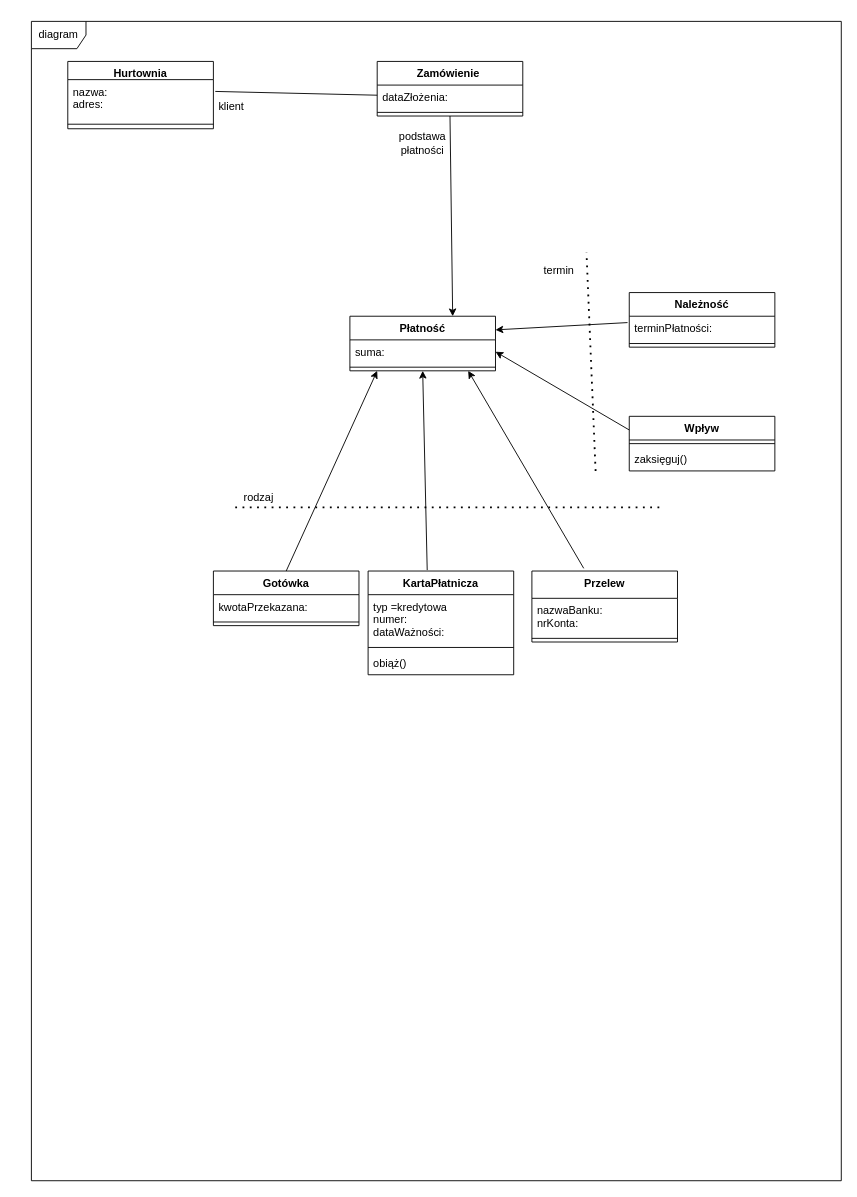
This is Untitled Diagram.drawio from FaBcZeX202/New, a draw.io file, before an edit. Source tidied: cells renumbered, new cells numbered last; positions are measured from the earlier drawing's top-left corner, leaving out a move shared by most shapes. Both pictures are drawn from the tidied source at 91%, with x=0, y=0 at pixel (31, 21).
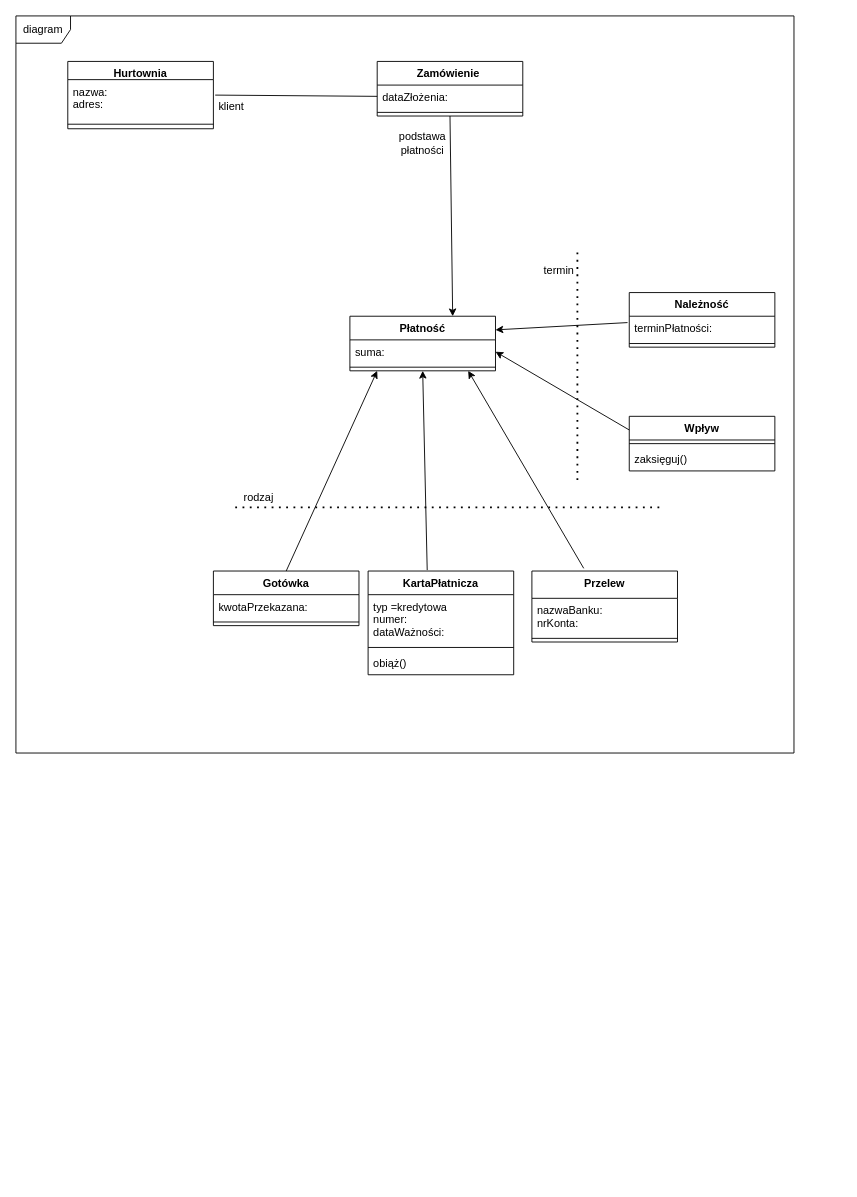
The same page after the edit.

The change refers to these unchanged cells:
```xml
<mxCell id="3" value="nazwa:&#10;adres:&#10;" style="text;strokeColor=none;fillColor=none;align=left;verticalAlign=top;spacingLeft=4;spacingRight=4;overflow=hidden;points=[[0,0.5],[1,0.5]];portConstraint=eastwest;" parent="2" vertex="1">
  <mxGeometry y="20" width="160" height="44" as="geometry" />
</mxCell>
<mxCell id="6" value="dataZłożenia:" style="text;strokeColor=none;fillColor=none;align=left;verticalAlign=top;spacingLeft=4;spacingRight=4;overflow=hidden;points=[[0,0.5],[1,0.5]];portConstraint=eastwest;" parent="5" vertex="1">
  <mxGeometry y="26" width="160" height="26" as="geometry" />
</mxCell>
```

Change to the diagram source:
```diff
@@
-    <mxCell id="33" style="endArrow=none;html=1;exitX=1.013;exitY=0.295;exitDx=0;exitDy=0;exitPerimeter=0;" parent="1" edge="1" source="3" target="6">
-      <mxGeometry relative="1" as="geometry" />
+    <mxCell id="33" style="endArrow=none;html=1;" parent="1" edge="1" target="6">
+      <mxGeometry relative="1" as="geometry">
+        <mxPoint x="202" y="81" as="sourcePoint" />
+      </mxGeometry>
     </mxCell>
     <mxCell id="34" style="endArrow=none;dashed=1;html=1;dashPattern=1 3;strokeWidth=2;" parent="1" edge="1">
       <mxGeometry relative="1" as="geometry">
-        <mxPoint x="620" y="494" as="sourcePoint" />
-        <mxPoint x="610" y="254" as="targetPoint" />
+        <mxPoint x="600" y="504" as="sourcePoint" />
+        <mxPoint x="600" y="254" as="targetPoint" />
       </mxGeometry>
     </mxCell>
@@
     <mxCell id="40" value="diagram" style="shape=umlFrame;whiteSpace=wrap;html=1;" parent="1" vertex="1">
-      <mxGeometry width="890" height="1274" as="geometry" />
+      <mxGeometry x="-17" y="-6" width="855" height="810" as="geometry" />
     </mxCell>
```
